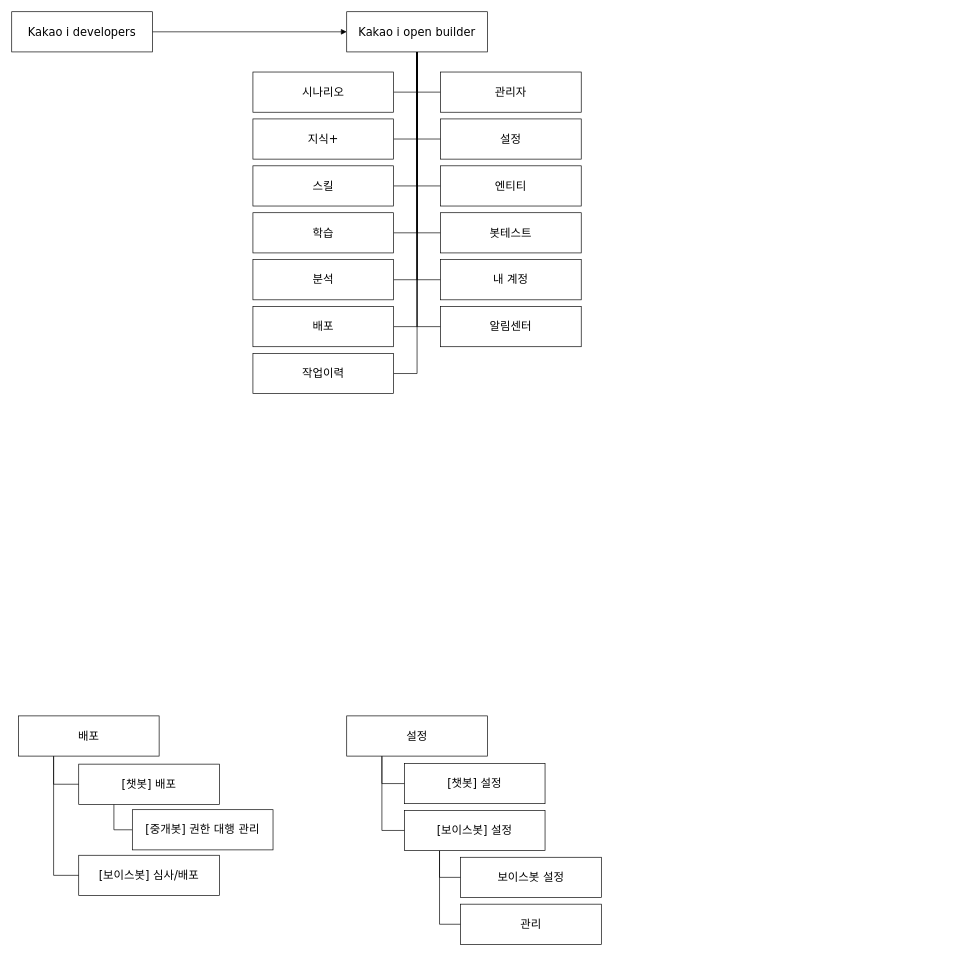
This is Untitled Diagram.drawio from ChoDragon9/posts, a draw.io file, before an edit. Source tidied: cells renumbered, new cells numbered last; positions are measured from the earlier drawing's top-left corner, leaving out a move shared by most shapes. Both pictures are drawn from the tidied source at 67%, with x=0, y=0 at pixel (11, 11).
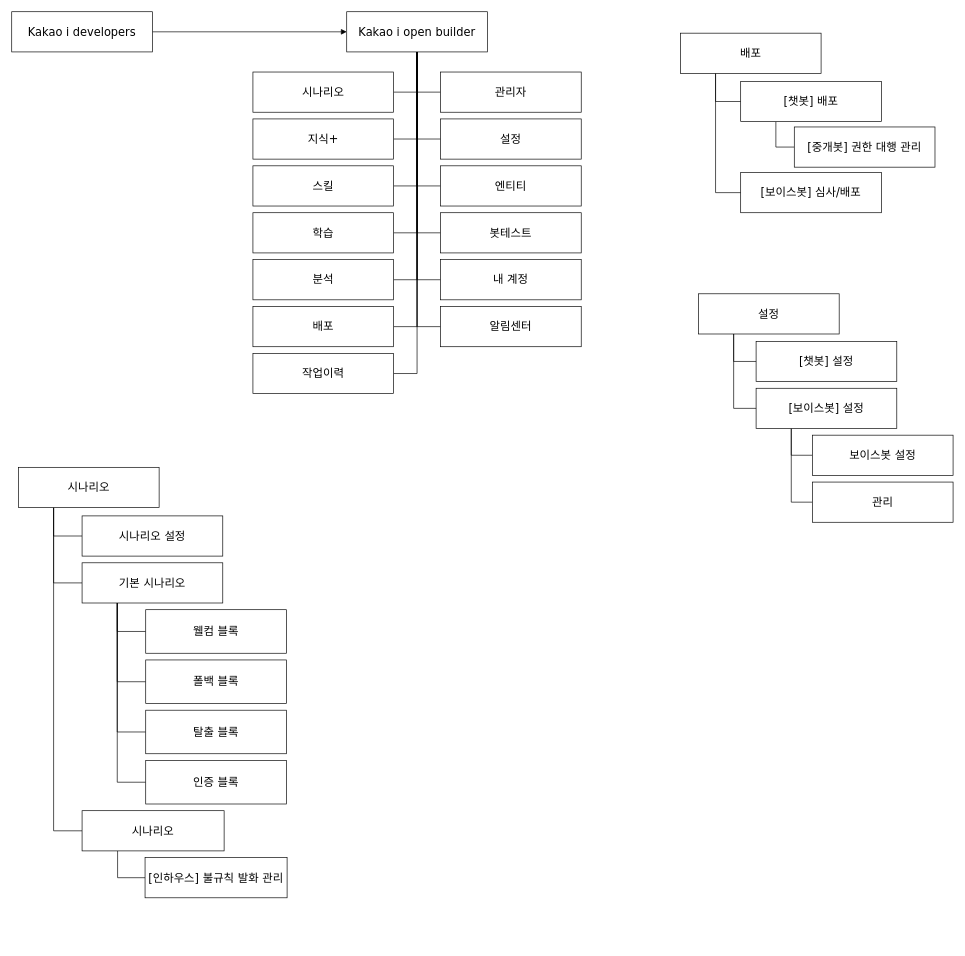
The same page after the edit.

Diff of the diagram source:
```diff
@@
     <mxCell id="32" value="[챗봇] 배포&lt;br style=&quot;font-size: 17px&quot;&gt;" style="rounded=0;whiteSpace=wrap;html=1;fontFamily=Verdana;fontSize=17;" parent="1" vertex="1">
-      <mxGeometry x="100" y="1123" width="210" height="60" as="geometry" />
+      <mxGeometry x="1088" y="104" width="210" height="60" as="geometry" />
     </mxCell>
     <mxCell id="33" value="[중개봇] 권한 대행 관리&lt;br style=&quot;font-size: 17px&quot;&gt;" style="rounded=0;whiteSpace=wrap;html=1;fontFamily=Verdana;fontSize=17;" parent="1" vertex="1">
-      <mxGeometry x="180" y="1191" width="210" height="60" as="geometry" />
+      <mxGeometry x="1168" y="172" width="210" height="60" as="geometry" />
     </mxCell>
@@
     <mxCell id="36" value="[보이스봇] 설정&lt;br style=&quot;font-size: 17px&quot;&gt;" style="rounded=0;whiteSpace=wrap;html=1;fontFamily=Verdana;fontSize=17;" parent="1" vertex="1">
-      <mxGeometry x="586" y="1192" width="210" height="60" as="geometry" />
+      <mxGeometry x="1111" y="562" width="210" height="60" as="geometry" />
     </mxCell>
     <mxCell id="37" value="보이스봇 설정&lt;br style=&quot;font-size: 17px&quot;&gt;" style="rounded=0;whiteSpace=wrap;html=1;fontFamily=Verdana;fontSize=17;" parent="1" vertex="1">
-      <mxGeometry x="670" y="1262" width="210" height="60" as="geometry" />
+      <mxGeometry x="1195" y="632" width="210" height="60" as="geometry" />
     </mxCell>
     <mxCell id="38" value="관리&lt;br style=&quot;font-size: 17px&quot;&gt;" style="rounded=0;whiteSpace=wrap;html=1;fontFamily=Verdana;fontSize=17;" parent="1" vertex="1">
-      <mxGeometry x="670" y="1332" width="210" height="60" as="geometry" />
+      <mxGeometry x="1195" y="702" width="210" height="60" as="geometry" />
     </mxCell>
     <mxCell id="39" value="[챗봇] 설정&lt;br style=&quot;font-size: 17px&quot;&gt;" style="rounded=0;whiteSpace=wrap;html=1;fontFamily=Verdana;fontSize=17;" parent="1" vertex="1">
-      <mxGeometry x="586" y="1122" width="210" height="60" as="geometry" />
+      <mxGeometry x="1111" y="492" width="210" height="60" as="geometry" />
     </mxCell>
@@
     <mxCell id="42" value="설정&lt;br style=&quot;font-size: 17px&quot;&gt;" style="rounded=0;whiteSpace=wrap;html=1;fontFamily=Verdana;fontSize=17;" parent="1" vertex="1">
-      <mxGeometry x="500" y="1051" width="210" height="60" as="geometry" />
+      <mxGeometry x="1025" y="421" width="210" height="60" as="geometry" />
     </mxCell>
     <mxCell id="43" value="[보이스봇] 심사/배포&lt;br style=&quot;font-size: 17px&quot;&gt;" style="rounded=0;whiteSpace=wrap;html=1;fontFamily=Verdana;fontSize=17;" parent="1" vertex="1">
-      <mxGeometry x="100" y="1259" width="210" height="60" as="geometry" />
+      <mxGeometry x="1088" y="240" width="210" height="60" as="geometry" />
     </mxCell>
@@
     <mxCell id="46" value="배포&lt;br style=&quot;font-size: 17px&quot;&gt;" style="rounded=0;whiteSpace=wrap;html=1;fontFamily=Verdana;fontSize=17;" parent="1" vertex="1">
-      <mxGeometry x="10" y="1051" width="210" height="60" as="geometry" />
+      <mxGeometry x="998" y="32" width="210" height="60" as="geometry" />
     </mxCell>
+    <mxCell id="47" style="edgeStyle=orthogonalEdgeStyle;rounded=0;jettySize=auto;html=1;exitX=0.25;exitY=1;exitDx=0;exitDy=0;entryX=0;entryY=0.5;entryDx=0;entryDy=0;endArrow=none;endFill=0;fontFamily=Verdana;fontSize=17;" parent="1" edge="1" source="50" target="51">
+      <mxGeometry relative="1" as="geometry" />
+    </mxCell>
+    <mxCell id="48" style="edgeStyle=orthogonalEdgeStyle;rounded=0;jettySize=auto;html=1;exitX=0.25;exitY=1;exitDx=0;exitDy=0;entryX=0;entryY=0.5;entryDx=0;entryDy=0;endArrow=none;endFill=0;fontFamily=Verdana;fontSize=17;" parent="1" edge="1" source="50" target="56">
+      <mxGeometry relative="1" as="geometry" />
+    </mxCell>
+    <mxCell id="49" style="edgeStyle=orthogonalEdgeStyle;rounded=0;jettySize=auto;html=1;exitX=0.25;exitY=1;exitDx=0;exitDy=0;entryX=0;entryY=0.5;entryDx=0;entryDy=0;endArrow=none;endFill=0;fontFamily=Verdana;fontSize=17;" parent="1" edge="1" source="50" target="62">
+      <mxGeometry relative="1" as="geometry" />
+    </mxCell>
+    <mxCell id="50" value="시나리오&lt;br style=&quot;font-size: 17px;&quot;&gt;" style="rounded=0;whiteSpace=wrap;html=1;fontFamily=Verdana;fontSize=17;" parent="1" vertex="1">
+      <mxGeometry x="10" y="680" width="210" height="60" as="geometry" />
+    </mxCell>
+    <mxCell id="51" value="시나리오 설정&lt;br style=&quot;font-size: 17px&quot;&gt;" style="rounded=0;whiteSpace=wrap;html=1;fontFamily=Verdana;fontSize=17;" parent="1" vertex="1">
+      <mxGeometry x="105" y="752.5" width="210" height="60" as="geometry" />
+    </mxCell>
+    <mxCell id="52" style="edgeStyle=orthogonalEdgeStyle;rounded=0;jettySize=auto;html=1;exitX=0.25;exitY=1;exitDx=0;exitDy=0;entryX=0;entryY=0.5;entryDx=0;entryDy=0;endArrow=none;endFill=0;fontFamily=Verdana;fontSize=17;" parent="1" edge="1" source="56" target="57">
+      <mxGeometry relative="1" as="geometry" />
+    </mxCell>
+    <mxCell id="53" style="edgeStyle=orthogonalEdgeStyle;rounded=0;jettySize=auto;html=1;exitX=0.25;exitY=1;exitDx=0;exitDy=0;entryX=0;entryY=0.5;entryDx=0;entryDy=0;endArrow=none;endFill=0;fontFamily=Verdana;fontSize=17;" parent="1" edge="1" source="56" target="58">
+      <mxGeometry relative="1" as="geometry" />
+    </mxCell>
+    <mxCell id="54" style="edgeStyle=orthogonalEdgeStyle;rounded=0;jettySize=auto;html=1;exitX=0.25;exitY=1;exitDx=0;exitDy=0;entryX=0;entryY=0.5;entryDx=0;entryDy=0;endArrow=none;endFill=0;fontFamily=Verdana;fontSize=17;" parent="1" edge="1" source="56" target="59">
+      <mxGeometry relative="1" as="geometry" />
+    </mxCell>
+    <mxCell id="55" style="edgeStyle=orthogonalEdgeStyle;rounded=0;jettySize=auto;html=1;exitX=0.25;exitY=1;exitDx=0;exitDy=0;entryX=0;entryY=0.5;entryDx=0;entryDy=0;endArrow=none;endFill=0;fontFamily=Verdana;fontSize=17;" parent="1" edge="1" source="56" target="60">
+      <mxGeometry relative="1" as="geometry" />
+    </mxCell>
+    <mxCell id="56" value="기본 시나리오&lt;br style=&quot;font-size: 17px&quot;&gt;" style="rounded=0;whiteSpace=wrap;html=1;fontFamily=Verdana;fontSize=17;" parent="1" vertex="1">
+      <mxGeometry x="105" y="822.5" width="210" height="60" as="geometry" />
+    </mxCell>
+    <mxCell id="57" value="웰컴 블록&lt;br style=&quot;font-size: 17px&quot;&gt;" style="rounded=0;whiteSpace=wrap;html=1;fontFamily=Verdana;fontSize=17;" parent="1" vertex="1">
+      <mxGeometry x="200" y="892.5" width="210" height="65" as="geometry" />
+    </mxCell>
+    <mxCell id="58" value="폴백 블록&lt;br style=&quot;font-size: 17px&quot;&gt;" style="rounded=0;whiteSpace=wrap;html=1;fontFamily=Verdana;fontSize=17;" parent="1" vertex="1">
+      <mxGeometry x="200" y="967.5" width="210" height="65" as="geometry" />
+    </mxCell>
+    <mxCell id="59" value="탈출 블록&lt;br style=&quot;font-size: 17px&quot;&gt;" style="rounded=0;whiteSpace=wrap;html=1;fontFamily=Verdana;fontSize=17;" parent="1" vertex="1">
+      <mxGeometry x="200" y="1042.5" width="210" height="65" as="geometry" />
+    </mxCell>
+    <mxCell id="60" value="인증 블록&lt;br style=&quot;font-size: 17px&quot;&gt;" style="rounded=0;whiteSpace=wrap;html=1;fontFamily=Verdana;fontSize=17;" parent="1" vertex="1">
+      <mxGeometry x="200" y="1117.5" width="210" height="65" as="geometry" />
+    </mxCell>
+    <mxCell id="61" style="edgeStyle=orthogonalEdgeStyle;rounded=0;jettySize=auto;html=1;exitX=0.25;exitY=1;exitDx=0;exitDy=0;entryX=0;entryY=0.5;entryDx=0;entryDy=0;endArrow=none;endFill=0;fontFamily=Verdana;fontSize=17;" parent="1" edge="1" source="62" target="63">
+      <mxGeometry relative="1" as="geometry" />
+    </mxCell>
+    <mxCell id="62" value="시나리오&lt;br style=&quot;font-size: 17px&quot;&gt;" style="rounded=0;whiteSpace=wrap;html=1;fontFamily=Verdana;fontSize=17;" parent="1" vertex="1">
+      <mxGeometry x="105" y="1192.5" width="212" height="60" as="geometry" />
+    </mxCell>
+    <mxCell id="63" value="[인하우스] 불규칙 발화 관리&lt;br style=&quot;font-size: 17px&quot;&gt;" style="rounded=0;whiteSpace=wrap;html=1;fontFamily=Verdana;fontSize=17;" parent="1" vertex="1">
+      <mxGeometry x="199" y="1262.5" width="212" height="60" as="geometry" />
+    </mxCell>
```
